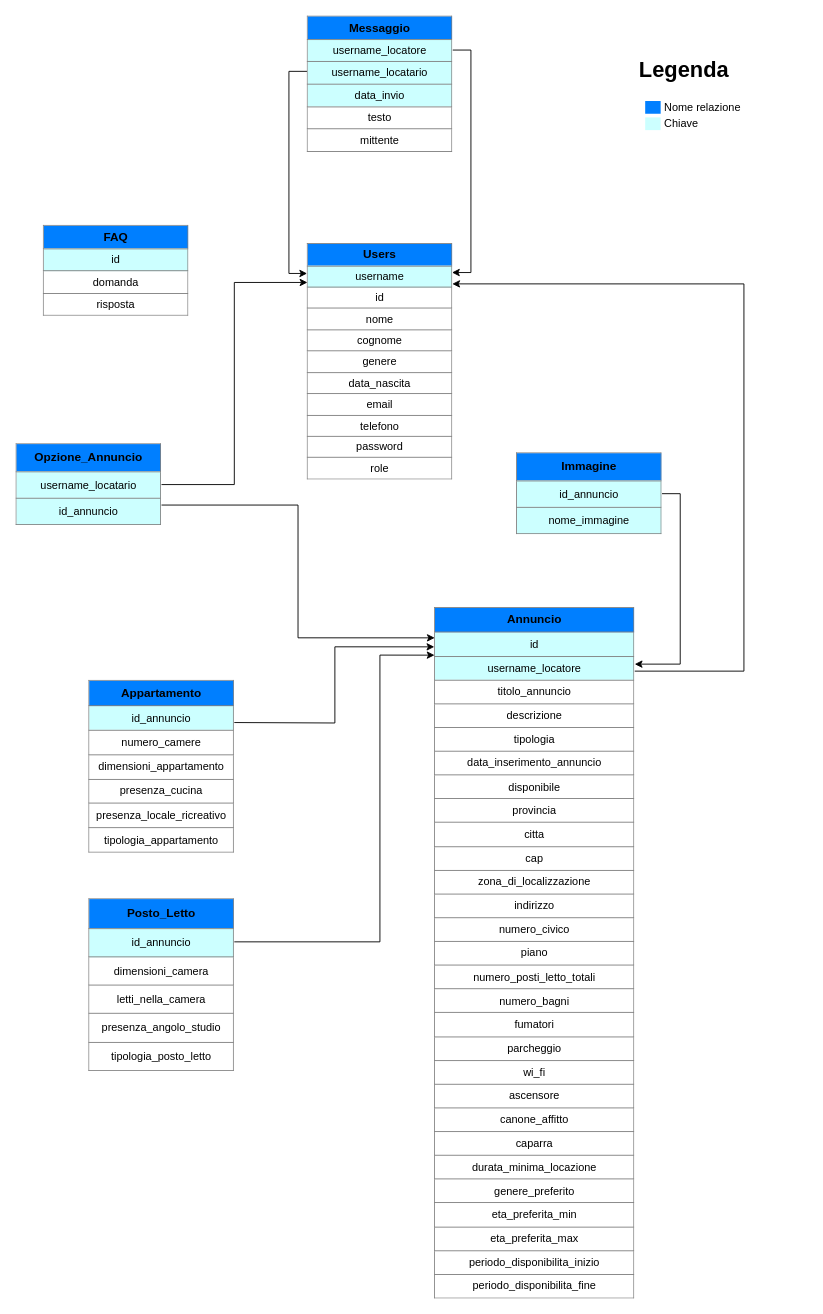
fd-col/RentAdvisor keeps this draw.io diagram as Database/Schema_logico_DB.drawio. Above is the earlier version. Source tidied: cells renumbered, new cells numbered last; positions are measured from the earlier drawing's top-left corner, leaving out a move shared by most shapes. Both pictures are drawn from the tidied source at 91%, with x=0, y=0 at pixel (15, 15).
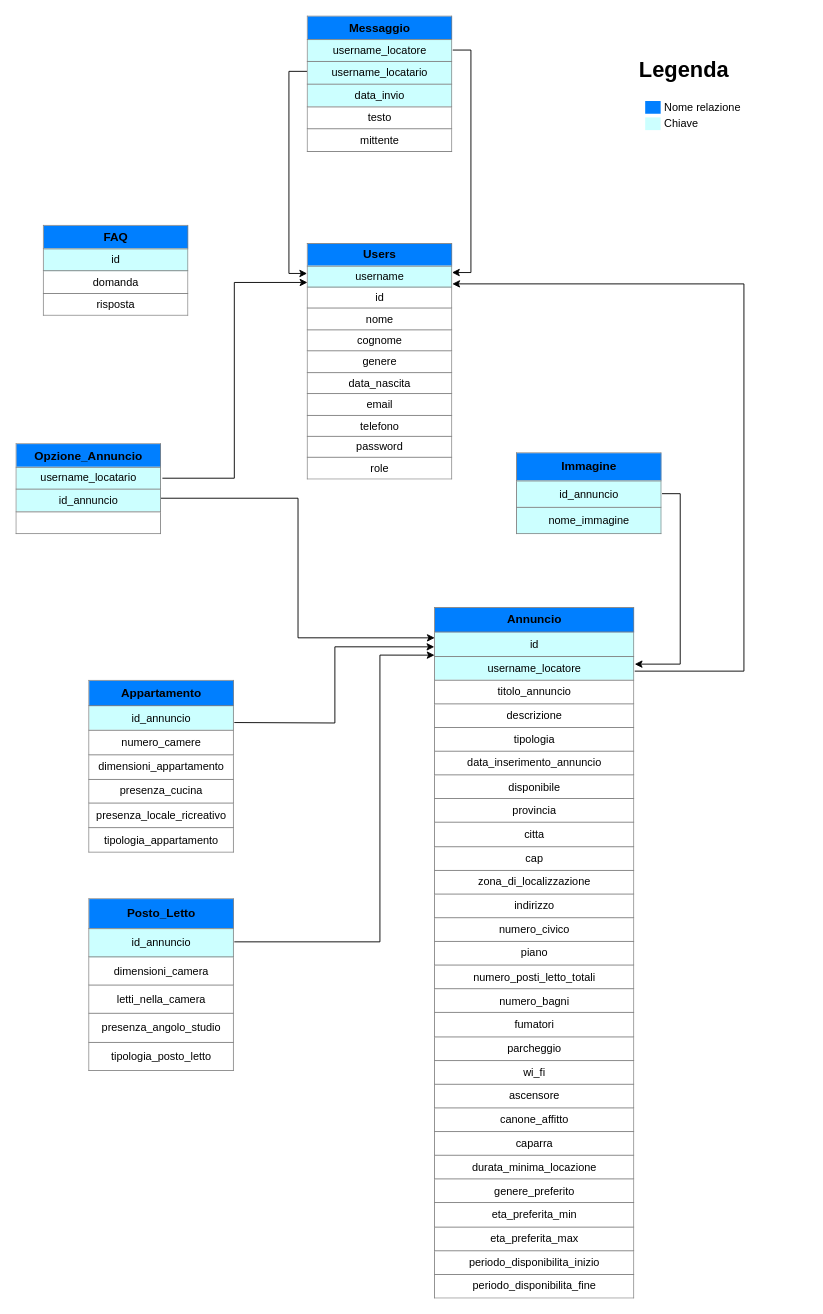
The same diagram, later.

The change refers to these unchanged cells:
```xml
<mxCell id="2" value="&lt;table border=&quot;1&quot; width=&quot;100%&quot; cellpadding=&quot;4&quot; style=&quot;width: 100% ; height: 100% ; border-collapse: collapse&quot;&gt;&lt;tbody&gt;&lt;tr&gt;&lt;th style=&quot;background-color: rgb(0 , 127 , 255)&quot;&gt;&lt;span style=&quot;font-size: 13px;&quot;&gt;Users&lt;/span&gt;&lt;/th&gt;&lt;/tr&gt;&lt;tr style=&quot;font-size: 13px&quot;&gt;&lt;td style=&quot;font-size: 12px ; background-color: rgb(204 , 255 , 255)&quot;&gt;username&lt;/td&gt;&lt;/tr&gt;&lt;tr&gt;&lt;td&gt;id&lt;/td&gt;&lt;/tr&gt;&lt;tr&gt;&lt;td&gt;nome&lt;/td&gt;&lt;/tr&gt;&lt;tr&gt;&lt;td&gt;cognome&lt;br&gt;&lt;/td&gt;&lt;/tr&gt;&lt;tr&gt;&lt;td&gt;genere&lt;/td&gt;&lt;/tr&gt;&lt;tr&gt;&lt;td&gt;data_nascita&lt;/td&gt;&lt;/tr&gt;&lt;tr&gt;&lt;td&gt;email&lt;/td&gt;&lt;/tr&gt;&lt;tr&gt;&lt;td&gt;telefono&lt;/td&gt;&lt;/tr&gt;&lt;tr&gt;&lt;td&gt;password&lt;/td&gt;&lt;/tr&gt;&lt;tr&gt;&lt;td&gt;role&lt;/td&gt;&lt;/tr&gt;&lt;/tbody&gt;&lt;/table&gt;" style="text;html=1;overflow=fill;align=center;" parent="1" vertex="1">
  <mxGeometry x="320" y="250" width="160" height="260" as="geometry" />
</mxCell>
<mxCell id="7" value="&lt;table border=&quot;1&quot; width=&quot;100%&quot; cellpadding=&quot;4&quot; style=&quot;width: 100% ; height: 100% ; border-collapse: collapse&quot;&gt;&lt;tbody&gt;&lt;tr&gt;&lt;th style=&quot;background-color: rgb(0 , 127 , 255)&quot;&gt;&lt;font style=&quot;font-size: 13px&quot;&gt;Annuncio&lt;/font&gt;&lt;/th&gt;&lt;/tr&gt;&lt;tr style=&quot;font-size: 13px&quot;&gt;&lt;td style=&quot;font-size: 12px ; background-color: rgb(204 , 255 , 255)&quot;&gt;id&lt;/td&gt;&lt;/tr&gt;&lt;tr&gt;&lt;td style=&quot;background-color: rgb(204 , 255 , 255)&quot;&gt;username_locatore&lt;/td&gt;&lt;/tr&gt;&lt;tr&gt;&lt;td&gt;titolo_annuncio&lt;/td&gt;&lt;/tr&gt;&lt;tr&gt;&lt;td&gt;descrizione&lt;br&gt;&lt;/td&gt;&lt;/tr&gt;&lt;tr&gt;&lt;td&gt;tipologia&lt;/td&gt;&lt;/tr&gt;&lt;tr&gt;&lt;td&gt;data_inserimento_annuncio&lt;/td&gt;&lt;/tr&gt;&lt;tr&gt;&lt;td&gt;disponibile&lt;/td&gt;&lt;/tr&gt;&lt;tr&gt;&lt;td&gt;provincia&lt;/td&gt;&lt;/tr&gt;&lt;tr&gt;&lt;td&gt;citta&lt;/td&gt;&lt;/tr&gt;&lt;tr&gt;&lt;td&gt;cap&lt;/td&gt;&lt;/tr&gt;&lt;tr&gt;&lt;td&gt;zona_di_localizzazione&lt;br&gt;&lt;/td&gt;&lt;/tr&gt;&lt;tr&gt;&lt;td&gt;indirizzo&lt;/td&gt;&lt;/tr&gt;&lt;tr&gt;&lt;td&gt;numero_civico&lt;/td&gt;&lt;/tr&gt;&lt;tr&gt;&lt;td&gt;piano&lt;/td&gt;&lt;/tr&gt;&lt;tr&gt;&lt;td&gt;numero_posti_letto_totali&lt;/td&gt;&lt;/tr&gt;&lt;tr&gt;&lt;td&gt;numero_bagni&lt;/td&gt;&lt;/tr&gt;&lt;tr&gt;&lt;td&gt;fumatori&lt;/td&gt;&lt;/tr&gt;&lt;tr&gt;&lt;td&gt;parcheggio&lt;/td&gt;&lt;/tr&gt;&lt;tr&gt;&lt;td&gt;wi_fi&lt;/td&gt;&lt;/tr&gt;&lt;tr&gt;&lt;td&gt;ascensore&lt;/td&gt;&lt;/tr&gt;&lt;tr&gt;&lt;td&gt;canone_affitto&lt;/td&gt;&lt;/tr&gt;&lt;tr&gt;&lt;td&gt;caparra&lt;/td&gt;&lt;/tr&gt;&lt;tr&gt;&lt;td&gt;durata_minima_locazione&lt;/td&gt;&lt;/tr&gt;&lt;tr&gt;&lt;td&gt;genere_preferito&lt;/td&gt;&lt;/tr&gt;&lt;tr&gt;&lt;td&gt;eta_preferita_min&lt;/td&gt;&lt;/tr&gt;&lt;tr&gt;&lt;td&gt;eta_preferita_max&lt;/td&gt;&lt;/tr&gt;&lt;tr&gt;&lt;td&gt;periodo_disponibilita_inizio&lt;/td&gt;&lt;/tr&gt;&lt;tr&gt;&lt;td&gt;periodo_disponibilita_fine&lt;/td&gt;&lt;/tr&gt;&lt;/tbody&gt;&lt;/table&gt;" style="text;html=1;overflow=fill;align=center;" parent="1" vertex="1">
  <mxGeometry x="460" y="650" width="220" height="760" as="geometry" />
</mxCell>
```

What changed in the source:
```diff
@@
-    <mxCell id="9" style="edgeStyle=orthogonalEdgeStyle;rounded=0;jettySize=auto;html=1;exitX=1;exitY=0.5;exitDx=0;exitDy=0;entryX=0.002;entryY=0.165;entryDx=0;entryDy=0;entryPerimeter=0;" parent="1" edge="1" source="11" target="2">
+    <mxCell id="9" style="edgeStyle=orthogonalEdgeStyle;rounded=0;jettySize=auto;html=1;exitX=1.006;exitY=0.38;exitDx=0;exitDy=0;entryX=0.002;entryY=0.165;entryDx=0;entryDy=0;entryPerimeter=0;exitPerimeter=0;" parent="1" edge="1" source="11" target="2">
       <mxGeometry relative="1" as="geometry" />
     </mxCell>
-    <mxCell id="10" style="edgeStyle=orthogonalEdgeStyle;rounded=0;jettySize=auto;html=1;exitX=1;exitY=0.75;exitDx=0;exitDy=0;entryX=0.001;entryY=0.044;entryDx=0;entryDy=0;entryPerimeter=0;" parent="1" edge="1" source="11" target="7">
-      <mxGeometry relative="1" as="geometry" />
+    <mxCell id="10" style="edgeStyle=orthogonalEdgeStyle;rounded=0;jettySize=auto;html=1;exitX=0.994;exitY=0.6;exitDx=0;exitDy=0;entryX=0.001;entryY=0.044;entryDx=0;entryDy=0;entryPerimeter=0;exitPerimeter=0;" parent="1" edge="1" source="11" target="7">
+      <mxGeometry relative="1" as="geometry">
+        <Array as="points">
+          <mxPoint x="310" y="530" />
+          <mxPoint x="310" y="683" />
+        </Array>
+      </mxGeometry>
     </mxCell>
-    <mxCell id="11" value="&lt;table border=&quot;1&quot; width=&quot;100%&quot; cellpadding=&quot;4&quot; style=&quot;width: 100% ; height: 100% ; border-collapse: collapse&quot;&gt;&lt;tbody&gt;&lt;tr&gt;&lt;th style=&quot;background-color: rgb(0 , 127 , 255)&quot;&gt;&lt;span style=&quot;font-size: 13px&quot;&gt;Opzione_Annuncio&lt;/span&gt;&lt;/th&gt;&lt;/tr&gt;&lt;tr style=&quot;font-size: 13px&quot;&gt;&lt;td style=&quot;font-size: 12px ; background-color: rgb(204 , 255 , 255)&quot;&gt;username_locatario&lt;/td&gt;&lt;/tr&gt;&lt;tr&gt;&lt;td style=&quot;background-color: rgb(204 , 255 , 255)&quot;&gt;id_annuncio&lt;br&gt;&lt;/td&gt;&lt;/tr&gt;&lt;/tbody&gt;&lt;/table&gt;" style="text;html=1;overflow=fill;align=center;" parent="1" vertex="1">
-      <mxGeometry y="470" width="160" height="90" as="geometry" />
+    <mxCell id="11" value="&lt;table border=&quot;1&quot; width=&quot;100%&quot; cellpadding=&quot;4&quot; style=&quot;width: 100% ; height: 100% ; border-collapse: collapse&quot;&gt;&lt;tbody&gt;&lt;tr&gt;&lt;th style=&quot;background-color: rgb(0 , 127 , 255)&quot;&gt;&lt;span style=&quot;font-size: 13px&quot;&gt;Opzione_Annuncio&lt;/span&gt;&lt;/th&gt;&lt;/tr&gt;&lt;tr style=&quot;font-size: 13px&quot;&gt;&lt;td style=&quot;font-size: 12px ; background-color: rgb(204 , 255 , 255)&quot;&gt;username_locatario&lt;/td&gt;&lt;/tr&gt;&lt;tr&gt;&lt;td style=&quot;background-color: rgb(204 , 255 , 255)&quot;&gt;id_annuncio&lt;br&gt;&lt;/td&gt;&lt;/tr&gt;&lt;tr&gt;&lt;td&gt;&lt;br&gt;&lt;/td&gt;&lt;/tr&gt;&lt;/tbody&gt;&lt;/table&gt;" style="text;html=1;overflow=fill;align=center;" parent="1" vertex="1">
+      <mxGeometry y="470" width="160" height="100" as="geometry" />
     </mxCell>
```
